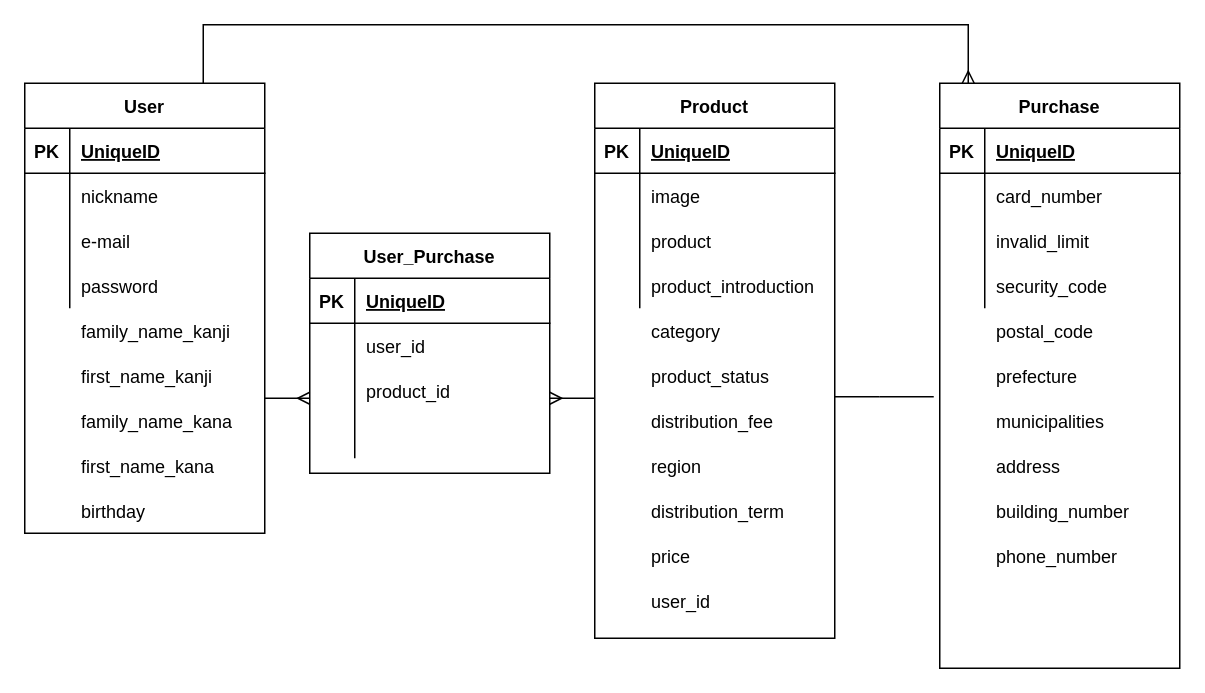
kammy0603/furima-30941 keeps this draw.io diagram as furima.dio. Above is the earlier version. Source tidied: cells renumbered, new cells numbered last; positions are measured from the earlier drawing's top-left corner, leaving out a move shared by most shapes. Both pictures are drawn from the tidied source at 150%, with x=0, y=0 at pixel (24, 24).
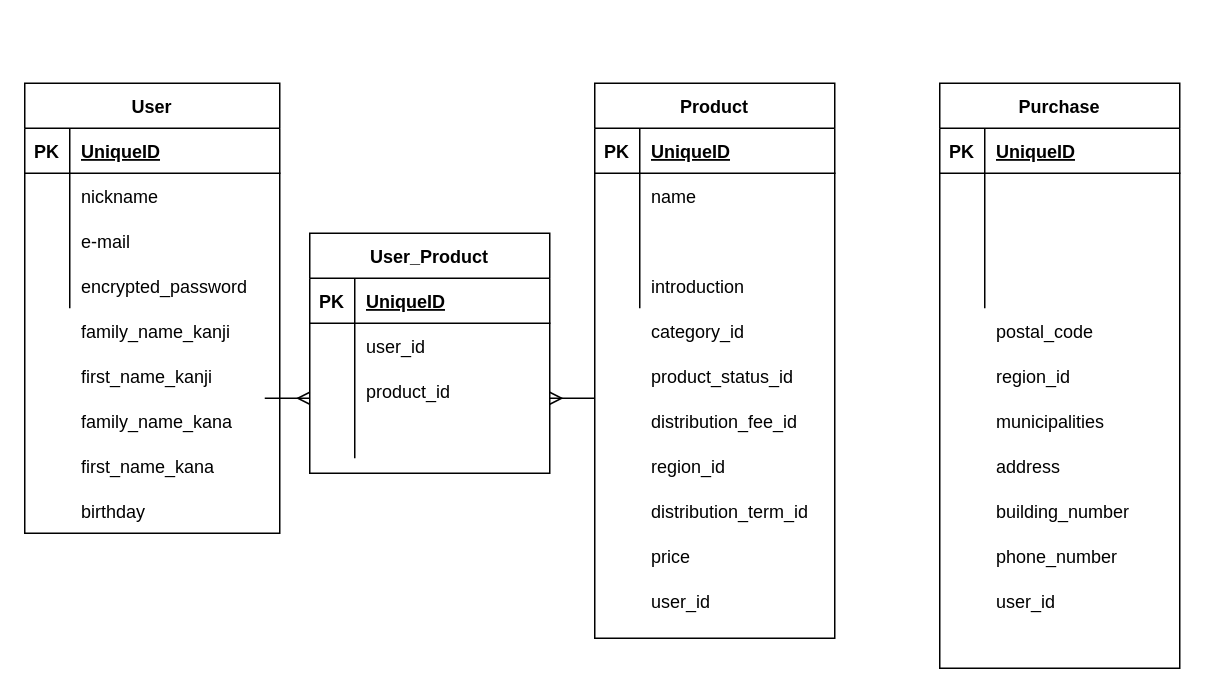
The same page after the edit.

The change refers to these unchanged cells:
```xml
<mxCell id="41" style="shape=partialRectangle;fillColor=none;top=0;left=0;bottom=0;right=0;" parent="1" vertex="1">
  <mxGeometry x="380" y="189" width="160" height="30" as="geometry" />
</mxCell>
<mxCell id="53" style="shape=partialRectangle;fillColor=none;top=0;left=0;bottom=0;right=0;" parent="49" vertex="1">
  <mxGeometry y="60" width="160" height="30" as="geometry" />
</mxCell>
<mxCell id="56" style="shape=partialRectangle;fillColor=none;top=0;left=0;bottom=0;right=0;" parent="49" vertex="1">
  <mxGeometry y="90" width="160" height="30" as="geometry" />
</mxCell>
<mxCell id="59" style="shape=partialRectangle;fillColor=none;top=0;left=0;bottom=0;right=0;" parent="49" vertex="1">
  <mxGeometry y="120" width="160" height="30" as="geometry" />
</mxCell>
<mxCell id="65" style="shape=partialRectangle;fillColor=none;top=0;left=0;bottom=0;right=0;" parent="1" vertex="1">
  <mxGeometry x="610" y="219" width="160" height="30" as="geometry" />
</mxCell>
<mxCell id="86" style="shape=partialRectangle;fillColor=none;top=0;left=0;bottom=0;right=0;" parent="82" vertex="1">
  <mxGeometry y="60" width="160" height="30" as="geometry" />
</mxCell>
<mxCell id="89" style="shape=partialRectangle;fillColor=none;top=0;left=0;bottom=0;right=0;" parent="82" vertex="1">
  <mxGeometry y="90" width="160" height="30" as="geometry" />
</mxCell>
<mxCell id="92" style="shape=partialRectangle;fillColor=none;top=0;left=0;bottom=0;right=0;" parent="82" vertex="1">
  <mxGeometry y="120" width="160" height="30" as="geometry" />
</mxCell>
```

The edit, as a diff of the source:
```diff
@@
     <mxCell id="2" value="User" style="shape=table;startSize=30;childLayout=tableLayout;rowLines=0;fontStyle=1;align=center;" parent="1" vertex="1">
-      <mxGeometry y="39" width="160" height="300" as="geometry" />
+      <mxGeometry y="39" width="170" height="300" as="geometry" />
     </mxCell>
     <mxCell id="3" style="shape=partialRectangle;fillColor=none;top=0;left=0;bottom=1;right=0;" parent="2" vertex="1">
-      <mxGeometry y="30" width="160" height="30" as="geometry" />
+      <mxGeometry y="30" width="170" height="30" as="geometry" />
     </mxCell>
@@
     <mxCell id="5" value="UniqueID" style="shape=partialRectangle;fillColor=none;top=0;left=0;bottom=0;right=0;align=left;spacingLeft=6;fontStyle=5;overflow=hidden;" parent="3" vertex="1">
-      <mxGeometry x="30" width="130" height="30" as="geometry" />
+      <mxGeometry x="30" width="140" height="30" as="geometry" />
     </mxCell>
     <mxCell id="6" style="shape=partialRectangle;fillColor=none;top=0;left=0;bottom=0;right=0;" parent="2" vertex="1">
-      <mxGeometry y="60" width="160" height="30" as="geometry" />
+      <mxGeometry y="60" width="170" height="30" as="geometry" />
     </mxCell>
@@
     <mxCell id="8" value="nickname" style="shape=partialRectangle;fillColor=none;top=0;left=0;bottom=0;right=0;align=left;spacingLeft=6;overflow=hidden;" parent="6" vertex="1">
-      <mxGeometry x="30" width="130" height="30" as="geometry" />
+      <mxGeometry x="30" width="140" height="30" as="geometry" />
     </mxCell>
     <mxCell id="9" style="shape=partialRectangle;fillColor=none;top=0;left=0;bottom=0;right=0;" parent="2" vertex="1">
-      <mxGeometry y="90" width="160" height="30" as="geometry" />
+      <mxGeometry y="90" width="170" height="30" as="geometry" />
     </mxCell>
@@
     <mxCell id="11" value="e-mail" style="shape=partialRectangle;fillColor=none;top=0;left=0;bottom=0;right=0;align=left;spacingLeft=6;overflow=hidden;" parent="9" vertex="1">
-      <mxGeometry x="30" width="130" height="30" as="geometry" />
+      <mxGeometry x="30" width="140" height="30" as="geometry" />
     </mxCell>
     <mxCell id="12" style="shape=partialRectangle;fillColor=none;top=0;left=0;bottom=0;right=0;" parent="2" vertex="1">
-      <mxGeometry y="120" width="160" height="30" as="geometry" />
+      <mxGeometry y="120" width="170" height="30" as="geometry" />
     </mxCell>
@@
-    <mxCell id="14" value="password" style="shape=partialRectangle;fillColor=none;top=0;left=0;bottom=0;right=0;align=left;spacingLeft=6;overflow=hidden;" parent="12" vertex="1">
-      <mxGeometry x="30" width="130" height="30" as="geometry" />
+    <mxCell id="14" value="encrypted_password" style="shape=partialRectangle;fillColor=none;top=0;left=0;bottom=0;right=0;align=left;spacingLeft=6;overflow=hidden;" parent="12" vertex="1">
+      <mxGeometry x="30" width="140" height="30" as="geometry" />
     </mxCell>
@@
-    <mxCell id="28" value="User_Purchase" style="shape=table;startSize=30;childLayout=tableLayout;rowLines=0;fontStyle=1;align=center;" parent="1" vertex="1">
+    <mxCell id="28" value="User_Product" style="shape=table;startSize=30;childLayout=tableLayout;rowLines=0;fontStyle=1;align=center;" parent="1" vertex="1">
       <mxGeometry x="190" y="139" width="160" height="160" as="geometry" />
     </mxCell>
@@
-    <mxCell id="43" value="category" style="shape=partialRectangle;fillColor=none;top=0;left=0;bottom=0;right=0;align=left;spacingLeft=6;overflow=hidden;" parent="41" vertex="1">
+    <mxCell id="43" value="category_id" style="shape=partialRectangle;fillColor=none;top=0;left=0;bottom=0;right=0;align=left;spacingLeft=6;overflow=hidden;" parent="41" vertex="1">
       <mxGeometry x="30" width="130" height="30" as="geometry" />
     </mxCell>
-    <mxCell id="44" value="product_status" style="shape=partialRectangle;fillColor=none;top=0;left=0;bottom=0;right=0;align=left;spacingLeft=6;overflow=hidden;" parent="1" vertex="1">
+    <mxCell id="44" value="product_status_id" style="shape=partialRectangle;fillColor=none;top=0;left=0;bottom=0;right=0;align=left;spacingLeft=6;overflow=hidden;" parent="1" vertex="1">
       <mxGeometry x="410" y="219" width="130" height="30" as="geometry" />
     </mxCell>
-    <mxCell id="45" value="distribution_fee" style="shape=partialRectangle;fillColor=none;top=0;left=0;bottom=0;right=0;align=left;spacingLeft=6;overflow=hidden;" parent="1" vertex="1">
+    <mxCell id="45" value="distribution_fee_id" style="shape=partialRectangle;fillColor=none;top=0;left=0;bottom=0;right=0;align=left;spacingLeft=6;overflow=hidden;" parent="1" vertex="1">
       <mxGeometry x="410" y="249" width="130" height="30" as="geometry" />
     </mxCell>
-    <mxCell id="46" value="region" style="shape=partialRectangle;fillColor=none;top=0;left=0;bottom=0;right=0;align=left;spacingLeft=6;overflow=hidden;" parent="1" vertex="1">
+    <mxCell id="46" value="region_id" style="shape=partialRectangle;fillColor=none;top=0;left=0;bottom=0;right=0;align=left;spacingLeft=6;overflow=hidden;" parent="1" vertex="1">
       <mxGeometry x="410" y="279" width="130" height="30" as="geometry" />
     </mxCell>
-    <mxCell id="47" value="distribution_term" style="shape=partialRectangle;fillColor=none;top=0;left=0;bottom=0;right=0;align=left;spacingLeft=6;overflow=hidden;" parent="1" vertex="1">
+    <mxCell id="47" value="distribution_term_id" style="shape=partialRectangle;fillColor=none;top=0;left=0;bottom=0;right=0;align=left;spacingLeft=6;overflow=hidden;" parent="1" vertex="1">
       <mxGeometry x="410" y="299" width="130" height="50" as="geometry" />
     </mxCell>
@@
-    <mxCell id="55" value="card_number" style="shape=partialRectangle;fillColor=none;top=0;left=0;bottom=0;right=0;align=left;spacingLeft=6;overflow=hidden;" parent="53" vertex="1">
+    <mxCell id="55" style="shape=partialRectangle;fillColor=none;top=0;left=0;bottom=0;right=0;align=left;spacingLeft=6;overflow=hidden;" parent="53" vertex="1">
       <mxGeometry x="30" width="130" height="30" as="geometry" />
     </mxCell>
@@
-    <mxCell id="58" value="invalid_limit" style="shape=partialRectangle;fillColor=none;top=0;left=0;bottom=0;right=0;align=left;spacingLeft=6;overflow=hidden;" parent="56" vertex="1">
+    <mxCell id="58" style="shape=partialRectangle;fillColor=none;top=0;left=0;bottom=0;right=0;align=left;spacingLeft=6;overflow=hidden;" parent="56" vertex="1">
       <mxGeometry x="30" width="130" height="30" as="geometry" />
     </mxCell>
@@
-    <mxCell id="61" value="security_code" style="shape=partialRectangle;fillColor=none;top=0;left=0;bottom=0;right=0;align=left;spacingLeft=6;overflow=hidden;" parent="59" vertex="1">
+    <mxCell id="61" style="shape=partialRectangle;fillColor=none;top=0;left=0;bottom=0;right=0;align=left;spacingLeft=6;overflow=hidden;" parent="59" vertex="1">
       <mxGeometry x="30" width="130" height="30" as="geometry" />
     </mxCell>
@@
-    <mxCell id="67" value="prefecture" style="shape=partialRectangle;fillColor=none;top=0;left=0;bottom=0;right=0;align=left;spacingLeft=6;overflow=hidden;" parent="65" vertex="1">
+    <mxCell id="67" value="region_id" style="shape=partialRectangle;fillColor=none;top=0;left=0;bottom=0;right=0;align=left;spacingLeft=6;overflow=hidden;" parent="65" vertex="1">
       <mxGeometry x="30" width="130" height="30" as="geometry" />
     </mxCell>
@@
-    <mxCell id="79" style="line;strokeWidth=1;dashed=0;labelPosition=right;align=left;verticalAlign=middle;spacingTop=0;spacingLeft=6;" parent="1" vertex="1">
-      <mxGeometry x="540" y="243" width="30" height="10" as="geometry" />
-    </mxCell>
-    <mxCell id="80" style="endArrow=ERmany;html=1;rounded=0;endFill=0;" parent="1" edge="1">
-      <mxGeometry relative="1" as="geometry">
-        <mxPoint x="119" y="39" as="sourcePoint" />
-        <mxPoint x="629" y="39" as="targetPoint" />
-        <Array as="points">
-          <mxPoint x="119" y="39" />
-          <mxPoint x="119" />
-          <mxPoint x="389" />
-          <mxPoint x="629" />
-        </Array>
-      </mxGeometry>
-    </mxCell>
@@
-    <mxCell id="88" value="image" style="shape=partialRectangle;fillColor=none;top=0;left=0;bottom=0;right=0;align=left;spacingLeft=6;overflow=hidden;" parent="86" vertex="1">
+    <mxCell id="88" value="name" style="shape=partialRectangle;fillColor=none;top=0;left=0;bottom=0;right=0;align=left;spacingLeft=6;overflow=hidden;" parent="86" vertex="1">
       <mxGeometry x="30" width="130" height="30" as="geometry" />
     </mxCell>
@@
-    <mxCell id="91" value="product" style="shape=partialRectangle;fillColor=none;top=0;left=0;bottom=0;right=0;align=left;spacingLeft=6;overflow=hidden;" parent="89" vertex="1">
+    <mxCell id="91" style="shape=partialRectangle;fillColor=none;top=0;left=0;bottom=0;right=0;align=left;spacingLeft=6;overflow=hidden;" parent="89" vertex="1">
       <mxGeometry x="30" width="130" height="30" as="geometry" />
     </mxCell>
@@
-    <mxCell id="94" value="product_introduction" style="shape=partialRectangle;fillColor=none;top=0;left=0;bottom=0;right=0;align=left;spacingLeft=6;overflow=hidden;" parent="92" vertex="1">
+    <mxCell id="94" value="introduction" style="shape=partialRectangle;fillColor=none;top=0;left=0;bottom=0;right=0;align=left;spacingLeft=6;overflow=hidden;" parent="92" vertex="1">
       <mxGeometry x="30" width="130" height="30" as="geometry" />
     </mxCell>
-    <mxCell id="95" style="line;strokeWidth=1;dashed=0;labelPosition=right;align=left;verticalAlign=middle;spacingTop=0;spacingLeft=6;" parent="1" vertex="1">
-      <mxGeometry x="570" y="243" width="36" height="10" as="geometry" />
-    </mxCell>
@@
+    <mxCell id="97" value="user_id" style="shape=partialRectangle;fillColor=none;top=0;left=0;bottom=0;right=0;align=left;spacingLeft=6;overflow=hidden;" parent="1" vertex="1">
+      <mxGeometry x="640" y="359" width="130" height="50" as="geometry" />
+    </mxCell>
```
